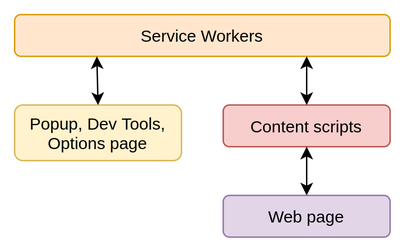
This is dist/images/architecture_mv3.png from jeremyriverain/mv3-slides, a draw.io export, as it was before one commit. Source tidied: cells renumbered, new cells last; positions are measured from the earlier drawing's top-left corner, leaving out a move shared by most shapes. Its diagram source:
```xml
<mxGraphModel>
  <root>
    <mxCell id="0" />
    <mxCell id="1" parent="0" />
    <mxCell id="2" value="Service Workers" style="rounded=1;whiteSpace=wrap;html=1;fillColor=#ffe6cc;strokeColor=#d79b00;" parent="1" vertex="1">
      <mxGeometry width="270" height="30" as="geometry" />
    </mxCell>
    <mxCell id="3" value="Popup, Dev Tools, Options page" style="rounded=1;whiteSpace=wrap;html=1;fillColor=#fff2cc;strokeColor=#d6b656;" parent="1" vertex="1">
      <mxGeometry y="65" width="120" height="40" as="geometry" />
    </mxCell>
    <mxCell id="4" value="Content scripts" style="rounded=1;whiteSpace=wrap;html=1;fillColor=#f8cecc;strokeColor=#b85450;" parent="1" vertex="1">
      <mxGeometry x="150" y="65" width="120" height="30" as="geometry" />
    </mxCell>
    <mxCell id="5" value="Web page" style="rounded=1;whiteSpace=wrap;html=1;fillColor=#e1d5e7;strokeColor=#9673a6;" parent="1" vertex="1">
      <mxGeometry x="150" y="130" width="120" height="30" as="geometry" />
    </mxCell>
    <mxCell id="6" style="endArrow=classic;startArrow=classic;html=1;exitX=0.5;exitY=0;exitDx=0;exitDy=0;" parent="1" edge="1" source="4">
      <mxGeometry relative="1" as="geometry">
        <mxPoint x="210" y="30" as="targetPoint" />
      </mxGeometry>
    </mxCell>
    <mxCell id="7" style="endArrow=classic;startArrow=classic;html=1;exitX=0.5;exitY=0;exitDx=0;exitDy=0;entryX=0.219;entryY=1;entryDx=0;entryDy=0;entryPerimeter=0;" parent="1" edge="1" source="3" target="2">
      <mxGeometry relative="1" as="geometry" />
    </mxCell>
    <mxCell id="8" style="endArrow=classic;startArrow=classic;html=1;exitX=0.5;exitY=0;exitDx=0;exitDy=0;" parent="1" edge="1" source="5" target="4">
      <mxGeometry relative="1" as="geometry" />
    </mxCell>
  </root>
</mxGraphModel>
```
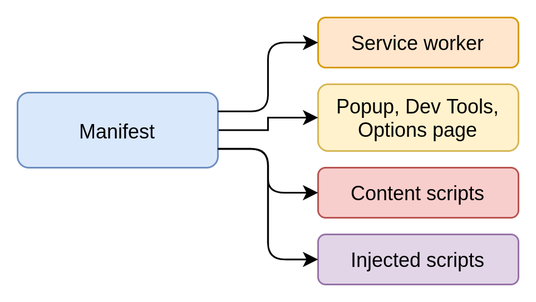
Above is the later version.

The edit, as a diff of the source:
```diff
@@ -2,28 +2,32 @@
   <root>
     <mxCell id="0" />
     <mxCell id="1" parent="0" />
-    <mxCell id="2" value="Service Workers" style="rounded=1;whiteSpace=wrap;html=1;fillColor=#ffe6cc;strokeColor=#d79b00;" parent="1" vertex="1">
-      <mxGeometry width="270" height="30" as="geometry" />
+    <mxCell id="2" value="Service worker" style="rounded=1;whiteSpace=wrap;html=1;fillColor=#ffe6cc;strokeColor=#d79b00;" parent="1" vertex="1">
+      <mxGeometry width="120" height="30" as="geometry" />
     </mxCell>
     <mxCell id="3" value="Popup, Dev Tools, Options page" style="rounded=1;whiteSpace=wrap;html=1;fillColor=#fff2cc;strokeColor=#d6b656;" parent="1" vertex="1">
-      <mxGeometry y="65" width="120" height="40" as="geometry" />
+      <mxGeometry y="40" width="120" height="40" as="geometry" />
     </mxCell>
     <mxCell id="4" value="Content scripts" style="rounded=1;whiteSpace=wrap;html=1;fillColor=#f8cecc;strokeColor=#b85450;" parent="1" vertex="1">
-      <mxGeometry x="150" y="65" width="120" height="30" as="geometry" />
+      <mxGeometry y="90" width="120" height="30" as="geometry" />
     </mxCell>
-    <mxCell id="5" value="Web page" style="rounded=1;whiteSpace=wrap;html=1;fillColor=#e1d5e7;strokeColor=#9673a6;" parent="1" vertex="1">
-      <mxGeometry x="150" y="130" width="120" height="30" as="geometry" />
-    </mxCell>
-    <mxCell id="6" style="endArrow=classic;startArrow=classic;html=1;exitX=0.5;exitY=0;exitDx=0;exitDy=0;" parent="1" edge="1" source="4">
-      <mxGeometry relative="1" as="geometry">
-        <mxPoint x="210" y="30" as="targetPoint" />
-      </mxGeometry>
-    </mxCell>
-    <mxCell id="7" style="endArrow=classic;startArrow=classic;html=1;exitX=0.5;exitY=0;exitDx=0;exitDy=0;entryX=0.219;entryY=1;entryDx=0;entryDy=0;entryPerimeter=0;" parent="1" edge="1" source="3" target="2">
-      <mxGeometry relative="1" as="geometry" />
-    </mxCell>
-    <mxCell id="8" style="endArrow=classic;startArrow=classic;html=1;exitX=0.5;exitY=0;exitDx=0;exitDy=0;" parent="1" edge="1" source="5" target="4">
-      <mxGeometry relative="1" as="geometry" />
-    </mxCell>
+    <mxCell id="9" style="edgeStyle=orthogonalEdgeStyle;rounded=0;jettySize=auto;html=1;" parent="1" edge="1" source="10" target="3">
+      <mxGeometry relative="1" as="geometry" />
+    </mxCell>
+    <mxCell id="10" value="Manifest" style="rounded=1;whiteSpace=wrap;html=1;fillColor=#dae8fc;strokeColor=#6c8ebf;" parent="1" vertex="1">
+      <mxGeometry x="-180" y="45" width="120" height="45" as="geometry" />
+    </mxCell>
+    <mxCell id="11" style="edgeStyle=elbowEdgeStyle;elbow=horizontal;endArrow=classic;html=1;entryX=0;entryY=0.5;entryDx=0;entryDy=0;exitX=1;exitY=0.25;exitDx=0;exitDy=0;" parent="1" edge="1" source="10" target="2">
+      <mxGeometry relative="1" as="geometry" />
+    </mxCell>
+    <mxCell id="12" style="edgeStyle=elbowEdgeStyle;elbow=horizontal;endArrow=classic;html=1;entryX=0;entryY=0.5;entryDx=0;entryDy=0;exitX=1;exitY=0.75;exitDx=0;exitDy=0;" parent="1" edge="1" source="10" target="4">
+      <mxGeometry relative="1" as="geometry" />
+    </mxCell>
+    <mxCell id="13" value="Injected scripts" style="rounded=1;whiteSpace=wrap;html=1;fillColor=#e1d5e7;strokeColor=#9673a6;" parent="1" vertex="1">
+      <mxGeometry y="130" width="120" height="30" as="geometry" />
+    </mxCell>
+    <mxCell id="14" style="edgeStyle=elbowEdgeStyle;elbow=horizontal;endArrow=classic;html=1;entryX=0;entryY=0.5;entryDx=0;entryDy=0;exitX=1;exitY=0.75;exitDx=0;exitDy=0;" parent="1" edge="1" source="10" target="13">
+      <mxGeometry relative="1" as="geometry" />
+    </mxCell>
   </root>
 </mxGraphModel>
```
